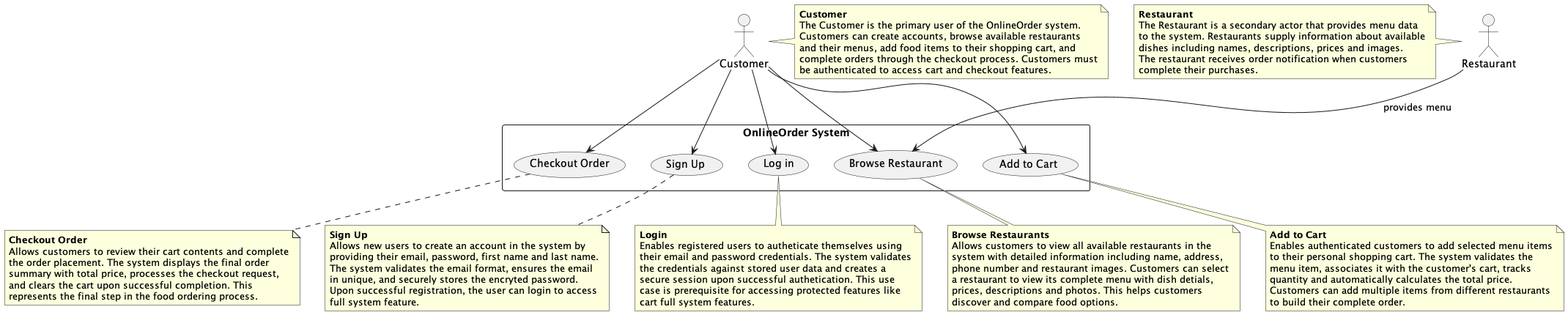
Before: uml/ProjectUML/usecase_for_project.png, a diagram exported from PlantUML (nongxu/CSCI_6234_Spring_2026_G02). The source it was exported from:
```plantuml
@startuml

:Customer: as customer
:Restaurant: as restaurant

rectangle "OnlineOrder System"{
    (Sign Up) as signup
    (Log in) as login
    (Browse Restaurant) as browse
    (Add to Cart) as addcart
    (Checkout Order) as checkout
}

customer --> checkout
customer --> signup
customer --> login
customer --> browse
customer --> addcart

restaurant --> browse : provides menu

note right of customer
**Customer**
The Customer is the primary user of the OnlineOrder system.
Customers can create accounts, browse available restaurants
and their menus, add food items to their shopping cart, and
complete orders through the checkout process. Customers must
be authenticated to access cart and checkout features.
end note

note left of restaurant
**Restaurant**
The Restaurant is a secondary actor that provides menu data
to the system. Restaurants supply information about available
dishes including names, descriptions, prices and images.
The restaurant receives order notification when customers
complete their purchases.
end note

note bottom of signup
**Sign Up**
Allows new users to create an account in the system by
providing their email, password, first name and last name.
The system validates the email format, ensures the email
in unique, and securely stores the encryted password.
Upon successful registration, the user can login to access
full system feature.
end note

note bottom of login
**Login**
Enables registered users to autheticate themselves using
their email and password credentials. The system validates
the credentials against stored user data and creates a
secure session upon successful authetication. This use
case is prerequisite for accessing protected features like
cart full system features.
end note

note bottom of browse
**Browse Restaurants**
Allows customers to view all available restaurants in the
system with detailed information including name, address,
phone number and restaurant images. Customers can select
a restaurant to view its complete menu with dish detials,
prices, descriptions and photos. This helps customers
discover and compare food options.
end note

note bottom of addcart
**Add to Cart**
Enables authenticated customers to add selected menu items
to their personal shopping cart. The system validates the
menu item, associates it with the customer's cart, tracks
quantity and automatically calculates the total price.
Customers can add multiple items from different restaurants
to build their complete order.
end note

note bottom of checkout
**Checkout Order**
Allows customers to review their cart contents and complete
the order placement. The system displays the final order
summary with total price, processes the checkout request,
and clears the cart upon successful completion. This
represents the final step in the food ordering process.
end note

@enduml
```
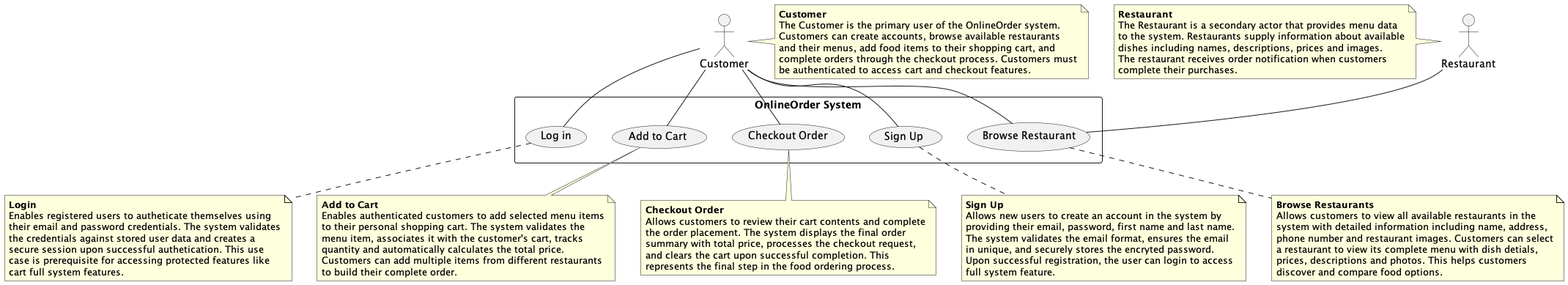
After the change.

Change to the diagram source:
```diff
@@ -11,13 +11,13 @@
     (Checkout Order) as checkout
 }
 
-customer --> checkout
-customer --> signup
-customer --> login
-customer --> browse
-customer --> addcart
+customer -- checkout
+customer -- signup
+customer -- login
+customer -- browse
+customer -- addcart
 
-restaurant --> browse : provides menu
+restaurant -- browse
 
 note right of customer
 **Customer**
```
